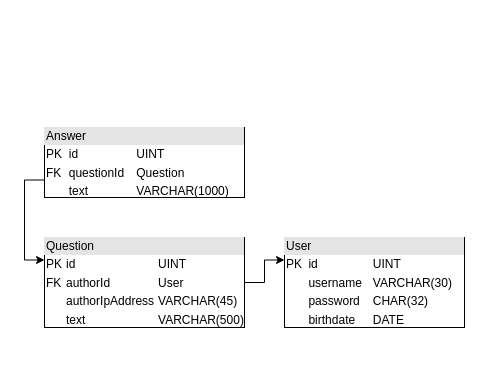
Earlier version of the draw.io diagram page "Database" (2 of 2) of diagrams/project-truthful.drawio (elbreujeu/project-truthful). Source tidied: cells renumbered, new cells numbered last; positions are measured from the earlier drawing's top-left corner, leaving out a move shared by most shapes. Both pictures are drawn from the tidied source at 100%, with x=0, y=0 at pixel (44, 127).
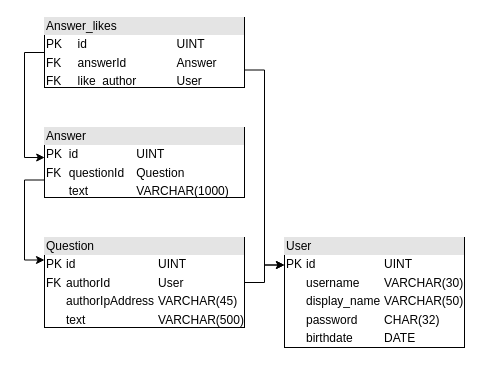
Above is the later version.

What changed in the source:
```diff
@@
 <mxGraphModel>
   <root>
     <mxCell id="0" />
     <mxCell id="1" parent="0" />
-    <mxCell id="2" value="&lt;div style=&quot;box-sizing:border-box;width:100%;background:#e4e4e4;padding:2px;&quot;&gt;User&lt;/div&gt;&lt;table style=&quot;width:100%;font-size:1em;&quot; cellpadding=&quot;2&quot; cellspacing=&quot;0&quot;&gt;&lt;tbody&gt;&lt;tr&gt;&lt;td&gt;PK&lt;/td&gt;&lt;td&gt;id&lt;/td&gt;&lt;td&gt;UINT&lt;/td&gt;&lt;/tr&gt;&lt;tr&gt;&lt;td&gt;&lt;br&gt;&lt;/td&gt;&lt;td&gt;username&lt;/td&gt;&lt;td&gt;VARCHAR(30)&lt;/td&gt;&lt;/tr&gt;&lt;tr&gt;&lt;td&gt;&lt;/td&gt;&lt;td&gt;password&lt;/td&gt;&lt;td&gt;CHAR(32)&lt;/td&gt;&lt;/tr&gt;&lt;tr&gt;&lt;td&gt;&lt;br&gt;&lt;/td&gt;&lt;td&gt;birthdate&lt;/td&gt;&lt;td&gt;DATE&lt;/td&gt;&lt;/tr&gt;&lt;/tbody&gt;&lt;/table&gt;" style="verticalAlign=top;align=left;overflow=fill;html=1;" parent="1" vertex="1">
-      <mxGeometry x="240" y="110" width="180" height="90" as="geometry" />
+    <mxCell id="2" value="&lt;div style=&quot;box-sizing:border-box;width:100%;background:#e4e4e4;padding:2px;&quot;&gt;User&lt;/div&gt;&lt;table style=&quot;width:100%;font-size:1em;&quot; cellpadding=&quot;2&quot; cellspacing=&quot;0&quot;&gt;&lt;tbody&gt;&lt;tr&gt;&lt;td&gt;PK&lt;/td&gt;&lt;td&gt;id&lt;/td&gt;&lt;td&gt;UINT&lt;/td&gt;&lt;/tr&gt;&lt;tr&gt;&lt;td&gt;&lt;br&gt;&lt;/td&gt;&lt;td&gt;username&lt;/td&gt;&lt;td&gt;VARCHAR(30)&lt;/td&gt;&lt;/tr&gt;&lt;tr&gt;&lt;td&gt;&lt;br&gt;&lt;/td&gt;&lt;td&gt;display_name&lt;/td&gt;&lt;td&gt;VARCHAR(50)&lt;/td&gt;&lt;/tr&gt;&lt;tr&gt;&lt;td&gt;&lt;/td&gt;&lt;td&gt;password&lt;/td&gt;&lt;td&gt;CHAR(32)&lt;/td&gt;&lt;/tr&gt;&lt;tr&gt;&lt;td&gt;&lt;br&gt;&lt;/td&gt;&lt;td&gt;birthdate&lt;/td&gt;&lt;td&gt;DATE&lt;/td&gt;&lt;/tr&gt;&lt;/tbody&gt;&lt;/table&gt;" style="verticalAlign=top;align=left;overflow=fill;html=1;" parent="1" vertex="1">
+      <mxGeometry x="240" y="110" width="180" height="110" as="geometry" />
     </mxCell>
     <mxCell id="3" style="edgeStyle=orthogonalEdgeStyle;rounded=0;jettySize=auto;html=1;exitX=1;exitY=0.5;exitDx=0;exitDy=0;entryX=0;entryY=0.25;entryDx=0;entryDy=0;" parent="1" edge="1" source="4" target="2">
       <mxGeometry relative="1" as="geometry" />
     </mxCell>
     <mxCell id="4" value="&lt;div style=&quot;box-sizing:border-box;width:100%;background:#e4e4e4;padding:2px;&quot;&gt;Question&lt;/div&gt;&lt;table style=&quot;width:100%;font-size:1em;&quot; cellpadding=&quot;2&quot; cellspacing=&quot;0&quot;&gt;&lt;tbody&gt;&lt;tr&gt;&lt;td&gt;PK&lt;/td&gt;&lt;td&gt;id&lt;/td&gt;&lt;td&gt;UINT&lt;/td&gt;&lt;/tr&gt;&lt;tr&gt;&lt;td&gt;FK&lt;/td&gt;&lt;td&gt;authorId&lt;/td&gt;&lt;td&gt;User&lt;/td&gt;&lt;/tr&gt;&lt;tr&gt;&lt;td&gt;&lt;br&gt;&lt;/td&gt;&lt;td&gt;authorIpAddress&lt;/td&gt;&lt;td&gt;VARCHAR(45)&lt;/td&gt;&lt;/tr&gt;&lt;tr&gt;&lt;td&gt;&lt;br&gt;&lt;/td&gt;&lt;td&gt;text&lt;/td&gt;&lt;td&gt;VARCHAR(500)&lt;/td&gt;&lt;/tr&gt;&lt;/tbody&gt;&lt;/table&gt;" style="verticalAlign=top;align=left;overflow=fill;html=1;" parent="1" vertex="1">
       <mxGeometry y="110" width="200" height="90" as="geometry" />
     </mxCell>
     <mxCell id="5" style="edgeStyle=orthogonalEdgeStyle;rounded=0;jettySize=auto;html=1;exitX=0;exitY=0.75;exitDx=0;exitDy=0;entryX=0;entryY=0.25;entryDx=0;entryDy=0;" parent="1" edge="1" source="6" target="4">
       <mxGeometry relative="1" as="geometry" />
     </mxCell>
     <mxCell id="6" value="&lt;div style=&quot;box-sizing:border-box;width:100%;background:#e4e4e4;padding:2px;&quot;&gt;Answer&lt;/div&gt;&lt;table style=&quot;width:100%;font-size:1em;&quot; cellpadding=&quot;2&quot; cellspacing=&quot;0&quot;&gt;&lt;tbody&gt;&lt;tr&gt;&lt;td&gt;PK&lt;/td&gt;&lt;td&gt;id&lt;/td&gt;&lt;td&gt;UINT&lt;/td&gt;&lt;/tr&gt;&lt;tr&gt;&lt;td&gt;FK&lt;/td&gt;&lt;td&gt;questionId&lt;/td&gt;&lt;td&gt;Question&lt;/td&gt;&lt;/tr&gt;&lt;tr&gt;&lt;td&gt;&lt;br&gt;&lt;/td&gt;&lt;td&gt;text&lt;/td&gt;&lt;td&gt;VARCHAR(1000)&lt;/td&gt;&lt;/tr&gt;&lt;/tbody&gt;&lt;/table&gt;" style="verticalAlign=top;align=left;overflow=fill;html=1;" parent="1" vertex="1">
       <mxGeometry width="200" height="70" as="geometry" />
     </mxCell>
+    <mxCell id="7" style="edgeStyle=orthogonalEdgeStyle;rounded=0;jettySize=auto;html=1;exitX=1;exitY=0.75;exitDx=0;exitDy=0;entryX=0;entryY=0.25;entryDx=0;entryDy=0;" parent="1" edge="1" source="9" target="2">
+      <mxGeometry relative="1" as="geometry" />
+    </mxCell>
+    <mxCell id="8" style="edgeStyle=orthogonalEdgeStyle;rounded=0;jettySize=auto;html=1;exitX=0;exitY=0.5;exitDx=0;exitDy=0;entryX=0.001;entryY=0.429;entryDx=0;entryDy=0;entryPerimeter=0;" parent="1" edge="1" source="9" target="6">
+      <mxGeometry relative="1" as="geometry" />
+    </mxCell>
+    <mxCell id="9" value="&lt;div style=&quot;box-sizing:border-box;width:100%;background:#e4e4e4;padding:2px;&quot;&gt;Answer_likes&lt;/div&gt;&lt;table style=&quot;width:100%;font-size:1em;&quot; cellpadding=&quot;2&quot; cellspacing=&quot;0&quot;&gt;&lt;tbody&gt;&lt;tr&gt;&lt;td&gt;PK&lt;/td&gt;&lt;td&gt;id&lt;/td&gt;&lt;td&gt;UINT&lt;/td&gt;&lt;/tr&gt;&lt;tr&gt;&lt;td&gt;FK&lt;/td&gt;&lt;td&gt;answerId&lt;/td&gt;&lt;td&gt;Answer&lt;/td&gt;&lt;/tr&gt;&lt;tr&gt;&lt;td&gt;FK&lt;/td&gt;&lt;td&gt;like_author&lt;/td&gt;&lt;td&gt;User&lt;/td&gt;&lt;/tr&gt;&lt;/tbody&gt;&lt;/table&gt;" style="verticalAlign=top;align=left;overflow=fill;html=1;" parent="1" vertex="1">
+      <mxGeometry y="-110" width="200" height="70" as="geometry" />
+    </mxCell>
   </root>
 </mxGraphModel>
```
